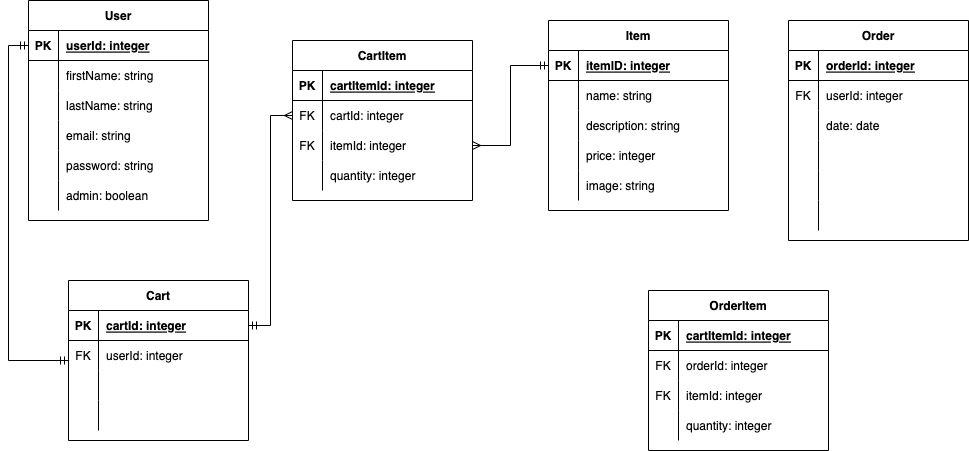
Above: Food-Delivery-App.drawio.png in PunitDh/food-delivery-app-backend (draw.io), before the change. Source tidied: cells renumbered, new cells last; positions are measured from the earlier drawing's top-left corner, leaving out a move shared by most shapes.
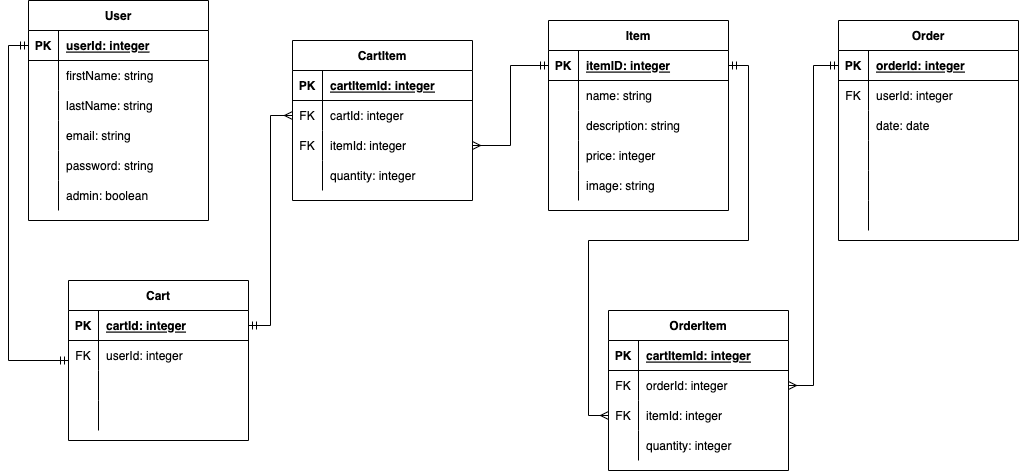
Later version of the same file.

What changed in the source:
```diff
@@ -186,7 +186,7 @@
       <mxGeometry x="30" width="150" height="30" as="geometry" />
     </mxCell>
     <mxCell id="63" value="Order" style="shape=table;startSize=30;rowLines=0;fontStyle=1;align=center;" parent="1" vertex="1">
-      <mxGeometry x="760" y="20" width="180" height="220" as="geometry" />
+      <mxGeometry x="810" y="20" width="180" height="220" as="geometry" />
     </mxCell>
     <mxCell id="64" style="shape=tableRow;horizontal=0;startSize=0;swimlaneHead=0;swimlaneBody=0;fillColor=none;points=[[0,0.5],[1,0.5]];portConstraint=eastwest;top=0;left=0;right=0;bottom=1;" parent="63" vertex="1">
       <mxGeometry y="30" width="180" height="30" as="geometry" />
@@ -243,7 +243,7 @@
       <mxGeometry x="30" width="150" height="30" as="geometry" />
     </mxCell>
     <mxCell id="82" value="OrderItem" style="shape=table;startSize=30;rowLines=0;fontStyle=1;align=center;" parent="1" vertex="1">
-      <mxGeometry x="620" y="290" width="180" height="160" as="geometry" />
+      <mxGeometry x="580" y="310" width="180" height="160" as="geometry" />
     </mxCell>
     <mxCell id="83" style="shape=tableRow;horizontal=0;startSize=0;swimlaneHead=0;swimlaneBody=0;fillColor=none;top=0;left=0;right=0;bottom=1;" parent="82" vertex="1">
       <mxGeometry y="30" width="180" height="30" as="geometry" />
@@ -290,5 +290,11 @@
     <mxCell id="97" style="edgeStyle=orthogonalEdgeStyle;rounded=0;jettySize=auto;html=1;exitX=0;exitY=0.5;exitDx=0;exitDy=0;entryX=1;entryY=0.5;entryDx=0;entryDy=0;startArrow=ERmandOne;startFill=0;endArrow=ERmany;endFill=0;" parent="1" edge="1" source="22" target="57">
       <mxGeometry relative="1" as="geometry" />
     </mxCell>
+    <mxCell id="98" style="edgeStyle=orthogonalEdgeStyle;rounded=0;jettySize=auto;html=1;exitX=1;exitY=0.5;exitDx=0;exitDy=0;entryX=0;entryY=0.5;entryDx=0;entryDy=0;startArrow=ERmandOne;startFill=0;endArrow=ERmany;endFill=0;" parent="1" edge="1" source="22" target="89">
+      <mxGeometry relative="1" as="geometry" />
+    </mxCell>
+    <mxCell id="99" style="edgeStyle=orthogonalEdgeStyle;rounded=0;jettySize=auto;html=1;exitX=0;exitY=0.5;exitDx=0;exitDy=0;entryX=1;entryY=0.5;entryDx=0;entryDy=0;startArrow=ERmandOne;startFill=0;endArrow=ERmany;endFill=0;" parent="1" edge="1" source="64" target="86">
+      <mxGeometry relative="1" as="geometry" />
+    </mxCell>
   </root>
 </mxGraphModel>
```
